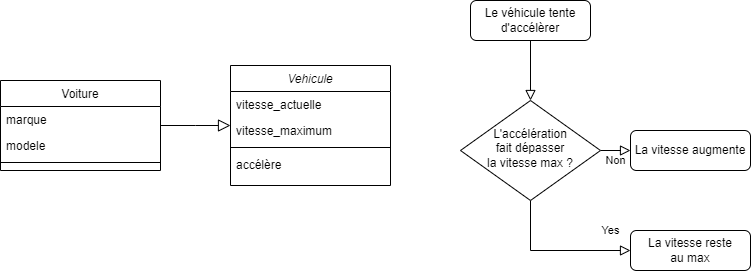
This is assets/VehiculeVoiture.png from Edit-IDE/Histoire-et-Philosophie-de-la-Programmation, a draw.io export, as it was before one commit. Source tidied: cells renumbered, new cells last; positions are measured from the earlier drawing's top-left corner, leaving out a move shared by most shapes. Its diagram source:
```xml
<mxGraphModel>
  <root>
    <mxCell id="0" />
    <mxCell id="1" parent="0" />
    <mxCell id="2" value="Vehicule" style="swimlane;fontStyle=2;align=center;verticalAlign=top;horizontal=1;startSize=26;rounded=0;shadow=0;strokeWidth=1;" parent="1" vertex="1">
      <mxGeometry x="230" y="65" width="160" height="120" as="geometry" />
    </mxCell>
    <mxCell id="3" value="vitesse_actuelle" style="text;align=left;verticalAlign=top;spacingLeft=4;spacingRight=4;overflow=hidden;" parent="2" vertex="1">
      <mxGeometry y="26" width="160" height="26" as="geometry" />
    </mxCell>
    <mxCell id="4" value="vitesse_maximum" style="text;align=left;verticalAlign=top;spacingLeft=4;spacingRight=4;overflow=hidden;rounded=0;shadow=0;html=0;" parent="2" vertex="1">
      <mxGeometry y="52" width="160" height="26" as="geometry" />
    </mxCell>
    <mxCell id="5" style="line;html=1;strokeWidth=1;align=left;verticalAlign=middle;spacingTop=-1;spacingLeft=3;spacingRight=3;labelPosition=right;points=[];portConstraint=eastwest;" parent="2" vertex="1">
      <mxGeometry y="78" width="160" height="8" as="geometry" />
    </mxCell>
    <mxCell id="6" value="accélère" style="text;align=left;verticalAlign=top;spacingLeft=4;spacingRight=4;overflow=hidden;" parent="2" vertex="1">
      <mxGeometry y="86" width="160" height="26" as="geometry" />
    </mxCell>
    <mxCell id="7" value="Voiture" style="swimlane;fontStyle=0;align=center;verticalAlign=top;horizontal=1;startSize=26;rounded=0;shadow=0;strokeWidth=1;" parent="1" vertex="1">
      <mxGeometry y="80" width="160" height="90" as="geometry" />
    </mxCell>
    <mxCell id="8" value="marque" style="text;align=left;verticalAlign=top;spacingLeft=4;spacingRight=4;overflow=hidden;" parent="7" vertex="1">
      <mxGeometry y="26" width="160" height="26" as="geometry" />
    </mxCell>
    <mxCell id="9" value="modele" style="text;align=left;verticalAlign=top;spacingLeft=4;spacingRight=4;overflow=hidden;rounded=0;shadow=0;html=0;" parent="7" vertex="1">
      <mxGeometry y="52" width="160" height="26" as="geometry" />
    </mxCell>
    <mxCell id="10" style="line;html=1;strokeWidth=1;align=left;verticalAlign=middle;spacingTop=-1;spacingLeft=3;spacingRight=3;labelPosition=right;" parent="7" vertex="1">
      <mxGeometry y="78" width="160" height="8" as="geometry" />
    </mxCell>
    <mxCell id="11" style="endArrow=block;endSize=10;endFill=0;shadow=0;strokeWidth=1;rounded=0;edgeStyle=elbowEdgeStyle;elbow=vertical;" parent="1" edge="1" source="7" target="2">
      <mxGeometry relative="1" as="geometry" />
    </mxCell>
    <mxCell id="12" style="rounded=0;html=1;jettySize=auto;fontSize=11;endArrow=block;endFill=0;endSize=8;strokeWidth=1;shadow=0;labelBackgroundColor=none;edgeStyle=orthogonalEdgeStyle;" parent="1" edge="1" source="13" target="16">
      <mxGeometry relative="1" as="geometry" />
    </mxCell>
    <mxCell id="13" value="Le véhicule tente d'accélèrer" style="rounded=1;whiteSpace=wrap;html=1;fontSize=12;glass=0;strokeWidth=1;shadow=0;" parent="1" vertex="1">
      <mxGeometry x="470" width="120" height="40" as="geometry" />
    </mxCell>
    <mxCell id="14" value="Yes" style="rounded=0;html=1;jettySize=auto;fontSize=11;endArrow=block;endFill=0;endSize=8;strokeWidth=1;shadow=0;labelBackgroundColor=none;edgeStyle=orthogonalEdgeStyle;entryX=0;entryY=0.5;entryDx=0;entryDy=0;exitX=0.5;exitY=1;exitDx=0;exitDy=0;" parent="1" edge="1" source="16" target="18">
      <mxGeometry x="0.73" y="20" relative="1" as="geometry" />
    </mxCell>
    <mxCell id="15" value="Non" style="edgeStyle=orthogonalEdgeStyle;rounded=0;html=1;jettySize=auto;fontSize=11;endArrow=block;endFill=0;endSize=8;strokeWidth=1;shadow=0;labelBackgroundColor=none;" parent="1" edge="1" source="16" target="17">
      <mxGeometry y="10" relative="1" as="geometry" />
    </mxCell>
    <mxCell id="16" value="L'accélération &lt;br&gt;fait dépasser&lt;br&gt;la vitesse max ?" style="rhombus;whiteSpace=wrap;html=1;shadow=0;fontFamily=Helvetica;fontSize=12;align=center;strokeWidth=1;spacing=6;spacingTop=-4;" parent="1" vertex="1">
      <mxGeometry x="460" y="100" width="140" height="100" as="geometry" />
    </mxCell>
    <mxCell id="17" value="La vitesse augmente" style="rounded=1;whiteSpace=wrap;html=1;fontSize=12;glass=0;strokeWidth=1;shadow=0;" parent="1" vertex="1">
      <mxGeometry x="630" y="130" width="120" height="40" as="geometry" />
    </mxCell>
    <mxCell id="18" value="La vitesse reste &lt;br&gt;au max" style="rounded=1;whiteSpace=wrap;html=1;fontSize=12;glass=0;strokeWidth=1;shadow=0;" parent="1" vertex="1">
      <mxGeometry x="630" y="230" width="120" height="40" as="geometry" />
    </mxCell>
  </root>
</mxGraphModel>
```
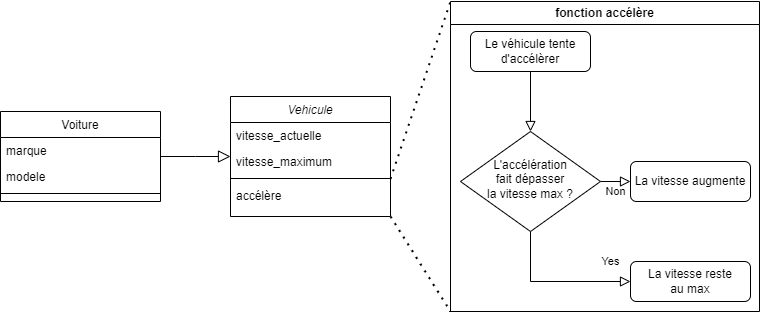
The same diagram one commit later.

Diff of the diagram source:
```diff
@@ -53,5 +53,14 @@
     <mxCell id="18" value="La vitesse reste &lt;br&gt;au max" style="rounded=1;whiteSpace=wrap;html=1;fontSize=12;glass=0;strokeWidth=1;shadow=0;" parent="1" vertex="1">
       <mxGeometry x="630" y="230" width="120" height="40" as="geometry" />
     </mxCell>
+    <mxCell id="19" style="endArrow=none;dashed=1;html=1;dashPattern=1 3;strokeWidth=2;rounded=0;exitX=1;exitY=0.542;exitDx=0;exitDy=0;exitPerimeter=0;entryX=0;entryY=0;entryDx=0;entryDy=0;" parent="1" edge="1" source="5" target="21">
+      <mxGeometry relative="1" as="geometry" />
+    </mxCell>
+    <mxCell id="20" style="endArrow=none;dashed=1;html=1;dashPattern=1 3;strokeWidth=2;rounded=0;exitX=1;exitY=1;exitDx=0;exitDy=0;entryX=0;entryY=1;entryDx=0;entryDy=0;" parent="1" edge="1" source="2" target="21">
+      <mxGeometry relative="1" as="geometry" />
+    </mxCell>
+    <mxCell id="21" value="fonction accélère" style="swimlane;whiteSpace=wrap;html=1;" parent="1" vertex="1">
+      <mxGeometry x="450" y="-30" width="309" height="310" as="geometry" />
+    </mxCell>
   </root>
 </mxGraphModel>
```
